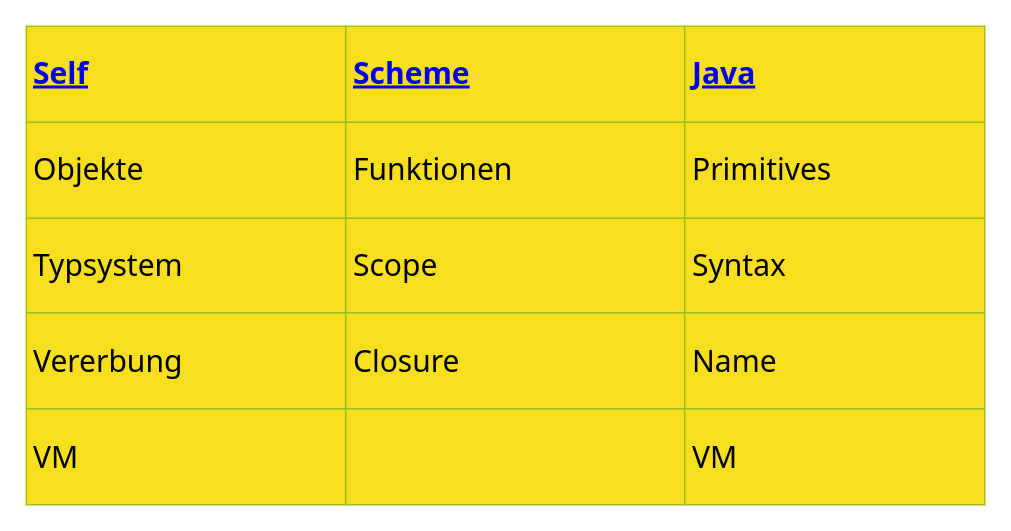
Earlier version of the draw.io diagram TypeScript.drawio (gjungb/Zeichnungen). Source tidied: cells renumbered, new cells numbered last; positions are measured from the earlier drawing's top-left corner, leaving out a move shared by most shapes. Both pictures are drawn from the tidied source at 150%, with x=0, y=0 at pixel (26, 26).
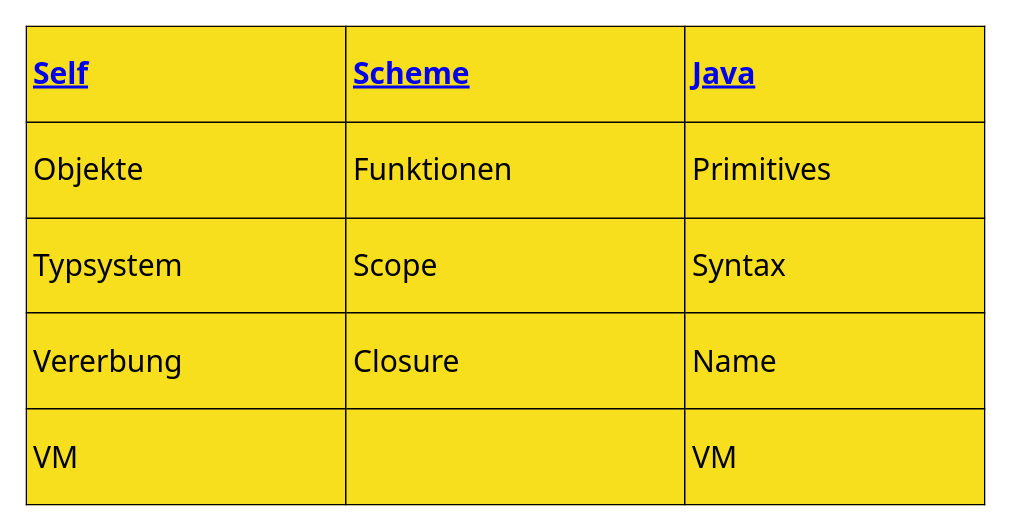
The same page after the edit.

The edit, as a diff of the source:
```diff
@@
 <mxGraphModel>
   <root>
     <mxCell id="0" />
     <mxCell id="1" parent="0" />
-    <mxCell id="2" value="&lt;table border=&quot;1&quot; width=&quot;100%&quot; cellpadding=&quot;4&quot; style=&quot;width: 100%; height: 100%; border-collapse: collapse; font-size: 20px;&quot;&gt;&lt;tbody style=&quot;font-size: 20px;&quot;&gt;&lt;tr style=&quot;border: 1px solid rgb(152, 191, 33); font-size: 20px;&quot;&gt;&lt;th align=&quot;left&quot; style=&quot;font-size: 20px;&quot;&gt;&lt;a href=&quot;https://selflanguage.org/&quot; style=&quot;font-size: 20px;&quot;&gt;Self&lt;/a&gt;&lt;/th&gt;&lt;th align=&quot;left&quot; style=&quot;font-size: 20px;&quot;&gt;&lt;a href=&quot;https://cisco.github.io/ChezScheme/&quot; style=&quot;font-size: 20px;&quot;&gt;Scheme&lt;/a&gt;&lt;/th&gt;&lt;th align=&quot;left&quot; style=&quot;font-size: 20px;&quot;&gt;&lt;a href=&quot;https://www.oracle.com/java/technologies/&quot; style=&quot;font-size: 20px;&quot;&gt;Java&lt;/a&gt;&lt;/th&gt;&lt;/tr&gt;&lt;tr style=&quot;border: 1px solid rgb(152, 191, 33); font-size: 20px;&quot;&gt;&lt;td style=&quot;font-size: 20px;&quot;&gt;Objekte&lt;/td&gt;&lt;td style=&quot;font-size: 20px;&quot;&gt;Funktionen&lt;/td&gt;&lt;td style=&quot;font-size: 20px;&quot;&gt;Primitives&lt;/td&gt;&lt;/tr&gt;&lt;tr style=&quot;border: 1px solid rgb(152, 191, 33); font-size: 20px;&quot;&gt;&lt;td style=&quot;font-size: 20px;&quot;&gt;Typsystem&lt;/td&gt;&lt;td style=&quot;font-size: 20px;&quot;&gt;Scope&lt;/td&gt;&lt;td style=&quot;font-size: 20px;&quot;&gt;Syntax&lt;/td&gt;&lt;/tr&gt;&lt;tr style=&quot;border: 1px solid rgb(152, 191, 33); font-size: 20px;&quot;&gt;&lt;td style=&quot;font-size: 20px;&quot;&gt;Vererbung&lt;/td&gt;&lt;td style=&quot;font-size: 20px;&quot;&gt;Closure&lt;/td&gt;&lt;td style=&quot;font-size: 20px;&quot;&gt;Name&lt;/td&gt;&lt;/tr&gt;&lt;tr style=&quot;border: 1px solid rgb(152, 191, 33); font-size: 20px;&quot;&gt;&lt;td style=&quot;font-size: 20px;&quot;&gt;VM&lt;/td&gt;&lt;td style=&quot;font-size: 20px;&quot;&gt;&lt;/td&gt;&lt;td style=&quot;font-size: 20px;&quot;&gt;VM&lt;/td&gt;&lt;/tr&gt;&lt;/tbody&gt;&lt;/table&gt;" style="text;html=1;overflow=fill;rounded=0;fontFamily=Noto Sans;FType=g;fontSize=20;labelBackgroundColor=#F7DF1E;labelBorderColor=none;strokeColor=none;fillColor=none;glass=0;" parent="1" vertex="1">
+    <mxCell id="2" value="&lt;table border=&quot;1&quot; width=&quot;100%&quot; cellpadding=&quot;4&quot; style=&quot;width: 100% ; height: 100% ; border-collapse: collapse ; font-size: 20px ; background-color: rgb(247 , 223 , 30) ; border: 1px solid rgb(0 , 0 , 0)&quot;&gt;&lt;tbody style=&quot;font-size: 20px&quot;&gt;&lt;tr style=&quot;font-size: 20px&quot;&gt;&lt;th align=&quot;left&quot; style=&quot;font-size: 20px&quot;&gt;&lt;a href=&quot;https://selflanguage.org/&quot; style=&quot;font-size: 20px&quot;&gt;Self&lt;/a&gt;&lt;/th&gt;&lt;th align=&quot;left&quot; style=&quot;font-size: 20px&quot;&gt;&lt;a href=&quot;https://cisco.github.io/ChezScheme/&quot; style=&quot;font-size: 20px&quot;&gt;Scheme&lt;/a&gt;&lt;/th&gt;&lt;th align=&quot;left&quot; style=&quot;font-size: 20px&quot;&gt;&lt;a href=&quot;https://www.oracle.com/java/technologies/&quot; style=&quot;font-size: 20px&quot;&gt;Java&lt;/a&gt;&lt;/th&gt;&lt;/tr&gt;&lt;tr style=&quot;font-size: 20px&quot;&gt;&lt;td style=&quot;font-size: 20px&quot;&gt;Objekte&lt;/td&gt;&lt;td style=&quot;font-size: 20px&quot;&gt;Funktionen&lt;/td&gt;&lt;td style=&quot;font-size: 20px&quot;&gt;Primitives&lt;/td&gt;&lt;/tr&gt;&lt;tr style=&quot;font-size: 20px&quot;&gt;&lt;td style=&quot;font-size: 20px&quot;&gt;Typsystem&lt;/td&gt;&lt;td style=&quot;font-size: 20px&quot;&gt;Scope&lt;/td&gt;&lt;td style=&quot;font-size: 20px&quot;&gt;Syntax&lt;/td&gt;&lt;/tr&gt;&lt;tr style=&quot;font-size: 20px&quot;&gt;&lt;td style=&quot;font-size: 20px&quot;&gt;Vererbung&lt;/td&gt;&lt;td style=&quot;font-size: 20px&quot;&gt;Closure&lt;/td&gt;&lt;td style=&quot;font-size: 20px&quot;&gt;Name&lt;/td&gt;&lt;/tr&gt;&lt;tr style=&quot;font-size: 20px&quot;&gt;&lt;td style=&quot;font-size: 20px&quot;&gt;VM&lt;/td&gt;&lt;td style=&quot;font-size: 20px&quot;&gt;&lt;/td&gt;&lt;td style=&quot;font-size: 20px&quot;&gt;VM&lt;/td&gt;&lt;/tr&gt;&lt;/tbody&gt;&lt;/table&gt;" style="text;html=1;overflow=fill;rounded=0;fontFamily=Noto Sans;FType=g;fontSize=20;labelBackgroundColor=#F7DF1E;labelBorderColor=none;strokeColor=none;fillColor=none;glass=0;" parent="1" vertex="1">
       <mxGeometry width="640" height="320" as="geometry" />
     </mxCell>
   </root>
 </mxGraphModel>
```
